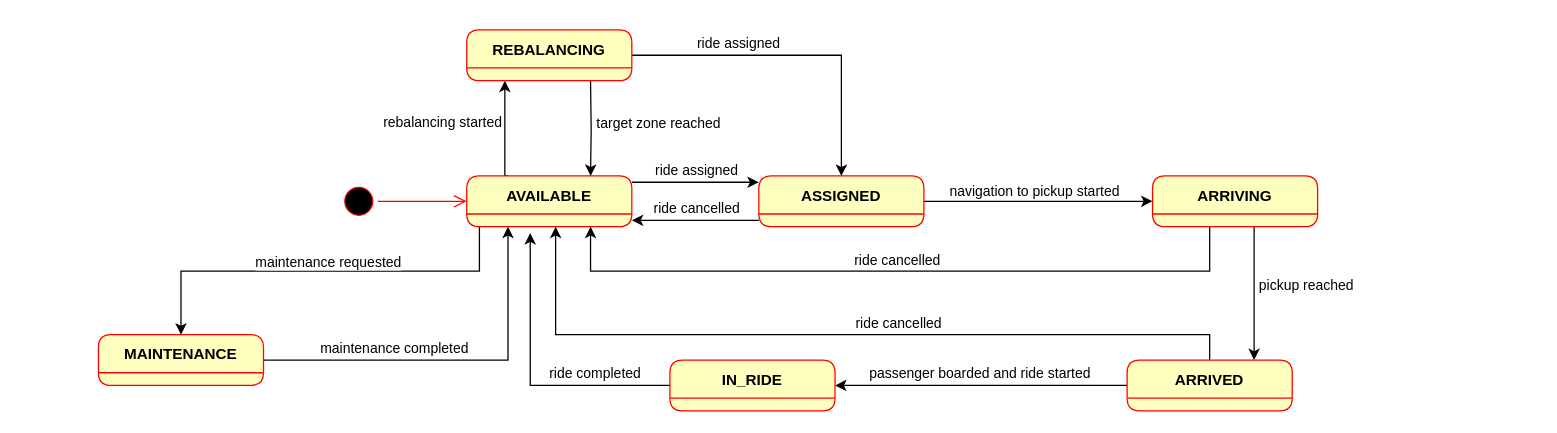
Before: RASD/diagrams/finite_state_machines/robotaxi_state.drawio in meggie-0/SE4A_ROAd_MargheritaBertipaglia_DavidCazzaniga_PasqualeIgnarra_Project, a draw.io diagram. Source tidied: cells renumbered, new cells numbered last; positions are measured from the earlier drawing's top-left corner, leaving out a move shared by most shapes. Both pictures are drawn from the tidied source at 127%, with x=0, y=0 at pixel (98, 29).
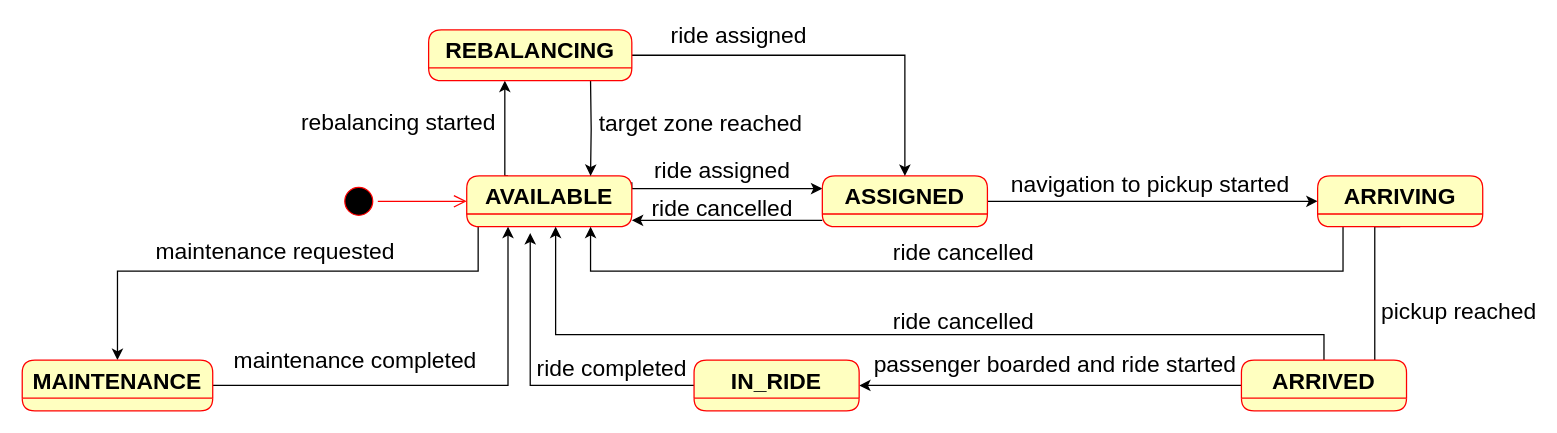
The same page after the edit.

Unchanged cells that the change refers to:
```xml
<mxCell id="4" style="edgeStyle=orthogonalEdgeStyle;rounded=0;jettySize=auto;html=1;exitX=0.25;exitY=0;exitDx=0;exitDy=0;" parent="1" edge="1" source="11">
  <mxGeometry relative="1" as="geometry">
    <mxPoint x="320" y="40" as="targetPoint" />
    <Array as="points">
      <mxPoint x="320" y="115" />
      <mxPoint x="320" y="40" />
    </Array>
  </mxGeometry>
</mxCell>
<mxCell id="12" style="edgeStyle=orthogonalEdgeStyle;rounded=0;jettySize=auto;html=1;entryX=0;entryY=0.5;entryDx=0;entryDy=0;" parent="1" edge="1" source="14" target="24">
  <mxGeometry relative="1" as="geometry" />
</mxCell>
<mxCell id="15" style="edgeStyle=orthogonalEdgeStyle;rounded=0;jettySize=auto;html=1;entryX=0.75;entryY=0;entryDx=0;entryDy=0;" parent="1" edge="1" target="11">
  <mxGeometry relative="1" as="geometry">
    <mxPoint x="387.5" y="40" as="sourcePoint" />
  </mxGeometry>
</mxCell>
<mxCell id="25" style="edgeStyle=orthogonalEdgeStyle;rounded=0;jettySize=auto;html=1;entryX=1;entryY=0.5;entryDx=0;entryDy=0;" parent="1" edge="1" source="28" target="31">
  <mxGeometry relative="1" as="geometry" />
</mxCell>
<mxCell id="29" style="edgeStyle=orthogonalEdgeStyle;rounded=0;jettySize=auto;html=1;" parent="1" edge="1" source="31">
  <mxGeometry relative="1" as="geometry">
    <mxPoint x="340" y="160" as="targetPoint" />
    <Array as="points">
      <mxPoint x="340" y="280" />
    </Array>
  </mxGeometry>
</mxCell>
<mxCell id="32" style="edgeStyle=orthogonalEdgeStyle;rounded=0;jettySize=auto;html=1;entryX=0.25;entryY=1;entryDx=0;entryDy=0;" parent="1" edge="1" source="34" target="11">
  <mxGeometry relative="1" as="geometry" />
</mxCell>
```

The edit, as a diff of the source:
```diff
@@
-    <mxCell id="2" style="ellipse;html=1;shape=startState;fillColor=#000000;strokeColor=#ff0000;" parent="1" vertex="1">
+    <mxCell id="2" style="ellipse;html=1;shape=startState;fillColor=#000000;strokeColor=#ff0000;fontSize=18;" parent="1" vertex="1">
       <mxGeometry x="190" y="120" width="30" height="30" as="geometry" />
     </mxCell>
@@
-    <mxCell id="5" value="rebalancing started" style="edgeLabel;html=1;align=center;verticalAlign=middle;" parent="4" vertex="1">
+    <mxCell id="5" value="rebalancing started" style="edgeLabel;html=1;align=center;verticalAlign=middle;fontSize=18;" parent="4" vertex="1">
       <mxGeometry x="0.15" relative="1" as="geometry">
-        <mxPoint x="-50" as="offset" />
+        <mxPoint x="-85" as="offset" />
       </mxGeometry>
     </mxCell>
-    <mxCell id="6" style="edgeStyle=orthogonalEdgeStyle;rounded=0;orthogonalLoop=1;jettySize=auto;html=1;entryX=0;entryY=0.5;entryDx=0;entryDy=0;" parent="1" edge="1">
+    <mxCell id="6" style="edgeStyle=orthogonalEdgeStyle;rounded=0;jettySize=auto;html=1;entryX=0;entryY=0.25;entryDx=0;entryDy=0;" parent="1" edge="1" target="14">
       <mxGeometry relative="1" as="geometry">
         <mxPoint x="420" y="120" as="sourcePoint" />
-        <mxPoint x="520" y="120" as="targetPoint" />
+        <Array as="points">
+          <mxPoint x="420" y="125" />
+        </Array>
       </mxGeometry>
     </mxCell>
-    <mxCell id="7" value="ride assigned" style="edgeLabel;html=1;align=center;verticalAlign=middle;" parent="6" vertex="1">
+    <mxCell id="7" value="ride assigned" style="edgeLabel;html=1;align=center;verticalAlign=middle;fontSize=18;" parent="6" vertex="1">
       <mxGeometry x="-0.32" y="2" relative="1" as="geometry">
-        <mxPoint x="16" y="-8" as="offset" />
+        <mxPoint x="22" y="-13" as="offset" />
       </mxGeometry>
     </mxCell>
-    <mxCell id="8" value="ride cancelled" style="edgeLabel;html=1;align=center;verticalAlign=middle;" parent="6" vertex="1">
+    <mxCell id="8" value="ride cancelled" style="edgeLabel;html=1;align=center;verticalAlign=middle;fontSize=18;" parent="6" vertex="1">
       <mxGeometry x="-0.32" y="2" relative="1" as="geometry">
-        <mxPoint x="16" y="22" as="offset" />
+        <mxPoint x="22" y="17" as="offset" />
       </mxGeometry>
     </mxCell>
-    <mxCell id="9" style="edgeStyle=orthogonalEdgeStyle;rounded=0;jettySize=auto;html=1;entryX=0.5;entryY=0;entryDx=0;entryDy=0;" parent="1" edge="1" target="34">
+    <mxCell id="9" style="rounded=0;jettySize=auto;html=1;entryX=0.5;entryY=0;entryDx=0;entryDy=0;edgeStyle=orthogonalEdgeStyle;" parent="1" edge="1" target="34">
       <mxGeometry relative="1" as="geometry">
-        <mxPoint x="300" y="155" as="sourcePoint" />
+        <mxPoint x="299" y="155" as="sourcePoint" />
         <Array as="points">
-          <mxPoint x="300" y="190" />
-          <mxPoint x="65" y="190" />
+          <mxPoint x="299" y="190" />
+          <mxPoint x="15" y="190" />
         </Array>
       </mxGeometry>
     </mxCell>
-    <mxCell id="10" value="maintenance requested" style="edgeLabel;html=1;align=center;verticalAlign=middle;" parent="9" vertex="1">
+    <mxCell id="10" value="maintenance requested" style="edgeLabel;html=1;align=center;verticalAlign=middle;fontSize=18;" parent="9" vertex="1">
       <mxGeometry x="0.18" y="-2" relative="1" as="geometry">
-        <mxPoint x="34" y="-6" as="offset" />
+        <mxPoint x="34" y="-14" as="offset" />
       </mxGeometry>
     </mxCell>
-    <mxCell id="11" value="AVAILABLE" style="swimlane;fontStyle=1;align=center;verticalAlign=middle;horizontal=1;startSize=30;fontColor=#000000;rounded=1;arcSize=30;strokeColor=#ff0000;fillColor=#ffffc0;swimlaneFillColor=#ffffc0;" parent="1" vertex="1">
+    <mxCell id="11" value="AVAILABLE" style="swimlane;fontStyle=1;align=center;verticalAlign=middle;horizontal=1;startSize=30;fontColor=#000000;rounded=1;arcSize=30;strokeColor=#ff0000;fillColor=#ffffc0;swimlaneFillColor=#ffffc0;fontSize=18;" parent="1" vertex="1">
       <mxGeometry x="290" y="115" width="130" height="40" as="geometry" />
     </mxCell>
@@
-    <mxCell id="13" value="navigation to pickup started" style="edgeLabel;html=1;align=center;verticalAlign=middle;" parent="12" vertex="1">
+    <mxCell id="13" value="navigation to pickup started" style="edgeLabel;html=1;align=center;verticalAlign=middle;fontSize=18;" parent="12" vertex="1">
       <mxGeometry x="-0.24" relative="1" as="geometry">
-        <mxPoint x="18" y="-9" as="offset" />
+        <mxPoint x="28" y="-14" as="offset" />
       </mxGeometry>
     </mxCell>
+    <mxCell id="37" style="edgeStyle=orthogonalEdgeStyle;rounded=0;orthogonalLoop=1;jettySize=auto;html=1;" parent="1" edge="1">
+      <mxGeometry relative="1" as="geometry">
+        <mxPoint x="570" y="150" as="sourcePoint" />
+        <mxPoint x="420" y="150" as="targetPoint" />
+      </mxGeometry>
+    </mxCell>
-    <mxCell id="14" value="ASSIGNED" style="swimlane;fontStyle=1;align=center;verticalAlign=middle;horizontal=1;startSize=30;fontColor=#000000;rounded=1;arcSize=30;strokeColor=#ff0000;fillColor=#ffffc0;swimlaneFillColor=#ffffc0;" parent="1" vertex="1">
-      <mxGeometry x="520" y="115" width="130" height="40" as="geometry" />
+    <mxCell id="14" value="ASSIGNED" style="swimlane;fontStyle=1;align=center;verticalAlign=middle;horizontal=1;startSize=30;fontColor=#000000;rounded=1;arcSize=30;strokeColor=#ff0000;fillColor=#ffffc0;swimlaneFillColor=#ffffc0;fontSize=18;" parent="1" vertex="1">
+      <mxGeometry x="570" y="115" width="130" height="40" as="geometry" />
     </mxCell>
@@
-    <mxCell id="16" value="target zone reached" style="edgeLabel;html=1;align=center;verticalAlign=middle;" parent="15" vertex="1">
+    <mxCell id="16" value="target zone reached" style="edgeLabel;html=1;align=center;verticalAlign=middle;fontSize=18;" parent="15" vertex="1">
       <mxGeometry x="-0.11" relative="1" as="geometry">
-        <mxPoint x="53" as="offset" />
+        <mxPoint x="86" as="offset" />
       </mxGeometry>
     </mxCell>
@@
-    <mxCell id="18" value="REBALANCING" style="swimlane;fontStyle=1;align=center;verticalAlign=middle;horizontal=1;startSize=30;fontColor=#000000;rounded=1;arcSize=30;strokeColor=#ff0000;fillColor=#ffffc0;swimlaneFillColor=#ffffc0;" parent="1" vertex="1">
-      <mxGeometry x="290" width="130" height="40" as="geometry" />
+    <mxCell id="18" value="REBALANCING" style="swimlane;fontStyle=1;align=center;verticalAlign=middle;horizontal=1;startSize=30;fontColor=#000000;rounded=1;arcSize=30;strokeColor=#ff0000;fillColor=#ffffc0;swimlaneFillColor=#ffffc0;fontSize=18;" parent="1" vertex="1">
+      <mxGeometry x="260" width="160" height="40" as="geometry" />
     </mxCell>
     <mxCell id="19" style="edgeStyle=orthogonalEdgeStyle;rounded=0;jettySize=auto;html=1;entryX=0.75;entryY=1;entryDx=0;entryDy=0;" parent="1" edge="1" source="24" target="11">
       <mxGeometry relative="1" as="geometry">
         <Array as="points">
-          <mxPoint x="875" y="190" />
+          <mxPoint x="980" y="190" />
           <mxPoint x="387.5" y="190" />
         </Array>
       </mxGeometry>
     </mxCell>
-    <mxCell id="20" value="ride cancelled" style="edgeLabel;html=1;align=center;verticalAlign=middle;" parent="19" vertex="1">
+    <mxCell id="20" value="ride cancelled" style="edgeLabel;html=1;align=center;verticalAlign=middle;fontSize=18;" parent="19" vertex="1">
       <mxGeometry x="0.01" relative="1" as="geometry">
-        <mxPoint y="-9" as="offset" />
+        <mxPoint y="-15" as="offset" />
       </mxGeometry>
     </mxCell>
-    <mxCell id="21" value="ride cancelled" style="edgeLabel;html=1;align=center;verticalAlign=middle;" parent="19" vertex="1">
+    <mxCell id="21" value="ride cancelled" style="edgeLabel;html=1;align=center;verticalAlign=middle;fontSize=18;" parent="19" vertex="1">
       <mxGeometry x="0.01" relative="1" as="geometry">
-        <mxPoint x="1" y="40" as="offset" />
+        <mxPoint y="39" as="offset" />
       </mxGeometry>
     </mxCell>
-    <mxCell id="22" style="edgeStyle=orthogonalEdgeStyle;rounded=0;orthogonalLoop=1;jettySize=auto;html=1;" parent="1" edge="1">
+    <mxCell id="22" style="edgeStyle=orthogonalEdgeStyle;rounded=0;jettySize=auto;html=1;exitX=0.5;exitY=1;exitDx=0;exitDy=0;entryX=1;entryY=0.5;entryDx=0;entryDy=0;" parent="1" edge="1" source="24" target="28">
       <mxGeometry relative="1" as="geometry">
-        <mxPoint x="910" y="155" as="sourcePoint" />
-        <mxPoint x="910" y="260" as="targetPoint" />
+        <Array as="points">
+          <mxPoint x="1005" y="280" />
+        </Array>
       </mxGeometry>
     </mxCell>
-    <mxCell id="23" value="pickup reached" style="edgeLabel;html=1;align=center;verticalAlign=middle;" parent="22" vertex="1">
+    <mxCell id="23" value="pickup reached" style="edgeLabel;html=1;align=center;verticalAlign=middle;fontSize=18;" parent="22" vertex="1">
       <mxGeometry x="-0.07" y="1" relative="1" as="geometry">
-        <mxPoint x="39" y="-4" as="offset" />
+        <mxPoint x="64" y="7" as="offset" />
       </mxGeometry>
     </mxCell>
-    <mxCell id="24" value="ARRIVING" style="swimlane;fontStyle=1;align=center;verticalAlign=middle;horizontal=1;startSize=30;fontColor=#000000;rounded=1;arcSize=30;strokeColor=#ff0000;fillColor=#ffffc0;swimlaneFillColor=#ffffc0;" parent="1" vertex="1">
-      <mxGeometry x="830" y="115" width="130" height="40" as="geometry" />
+    <mxCell id="24" value="ARRIVING" style="swimlane;fontStyle=1;align=center;verticalAlign=middle;horizontal=1;startSize=30;fontColor=#000000;rounded=1;arcSize=30;strokeColor=#ff0000;fillColor=#ffffc0;swimlaneFillColor=#ffffc0;fontSize=18;" parent="1" vertex="1">
+      <mxGeometry x="960" y="115" width="130" height="40" as="geometry" />
     </mxCell>
@@
-    <mxCell id="26" value="passenger boarded and ride started" style="edgeLabel;html=1;align=center;verticalAlign=middle;" parent="25" vertex="1">
+    <mxCell id="26" value="passenger boarded and ride started" style="edgeLabel;html=1;align=center;verticalAlign=middle;fontSize=18;" parent="25" vertex="1">
       <mxGeometry x="-0.1" y="-2" relative="1" as="geometry">
-        <mxPoint x="-13" y="-8" as="offset" />
+        <mxPoint x="-13" y="-15" as="offset" />
       </mxGeometry>
     </mxCell>
     <mxCell id="27" style="edgeStyle=orthogonalEdgeStyle;rounded=0;jettySize=auto;html=1;exitX=0.5;exitY=0;exitDx=0;exitDy=0;" parent="1" edge="1" source="28">
       <mxGeometry relative="1" as="geometry">
         <mxPoint x="360" y="155" as="targetPoint" />
         <Array as="points">
-          <mxPoint x="875" y="240" />
+          <mxPoint x="965" y="240" />
           <mxPoint x="360" y="240" />
         </Array>
       </mxGeometry>
     </mxCell>
-    <mxCell id="28" value="ARRIVED" style="swimlane;fontStyle=1;align=center;verticalAlign=middle;horizontal=1;startSize=30;fontColor=#000000;rounded=1;arcSize=30;strokeColor=#ff0000;fillColor=#ffffc0;swimlaneFillColor=#ffffc0;" parent="1" vertex="1">
-      <mxGeometry x="810" y="260" width="130" height="40" as="geometry" />
+    <mxCell id="28" value="ARRIVED" style="swimlane;fontStyle=1;align=center;verticalAlign=middle;horizontal=1;startSize=30;fontColor=#000000;rounded=1;arcSize=30;strokeColor=#ff0000;fillColor=#ffffc0;swimlaneFillColor=#ffffc0;fontSize=18;" parent="1" vertex="1">
+      <mxGeometry x="900" y="260" width="130" height="40" as="geometry" />
     </mxCell>
@@
-    <mxCell id="30" value="ride completed" style="edgeLabel;html=1;align=center;verticalAlign=middle;" parent="29" vertex="1">
+    <mxCell id="30" value="ride completed" style="edgeLabel;html=1;align=center;verticalAlign=middle;fontSize=18;" parent="29" vertex="1">
       <mxGeometry x="-0.49" relative="1" as="geometry">
-        <mxPoint x="-1" y="-10" as="offset" />
+        <mxPoint x="-3" y="-14" as="offset" />
       </mxGeometry>
     </mxCell>
-    <mxCell id="31" value="IN_RIDE" style="swimlane;fontStyle=1;align=center;verticalAlign=middle;horizontal=1;startSize=30;fontColor=#000000;rounded=1;arcSize=30;strokeColor=#ff0000;fillColor=#ffffc0;swimlaneFillColor=#ffffc0;" parent="1" vertex="1">
-      <mxGeometry x="450" y="260" width="130" height="40" as="geometry" />
+    <mxCell id="31" value="IN_RIDE" style="swimlane;fontStyle=1;align=center;verticalAlign=middle;horizontal=1;startSize=30;fontColor=#000000;rounded=1;arcSize=30;strokeColor=#ff0000;fillColor=#ffffc0;swimlaneFillColor=#ffffc0;fontSize=18;" parent="1" vertex="1">
+      <mxGeometry x="469" y="260" width="130" height="40" as="geometry" />
     </mxCell>
@@
-    <mxCell id="33" value="maintenance completed" style="edgeLabel;html=1;align=center;verticalAlign=middle;" parent="32" vertex="1">
+    <mxCell id="33" value="maintenance completed" style="edgeLabel;html=1;align=center;verticalAlign=middle;fontSize=18;" parent="32" vertex="1">
       <mxGeometry x="-0.56" y="1" relative="1" as="geometry">
-        <mxPoint x="37" y="-9" as="offset" />
+        <mxPoint x="32" y="-19" as="offset" />
       </mxGeometry>
     </mxCell>
-    <mxCell id="34" value="MAINTENANCE" style="swimlane;fontStyle=1;align=center;verticalAlign=middle;horizontal=1;startSize=30;fontColor=#000000;rounded=1;arcSize=30;strokeColor=#ff0000;fillColor=#ffffc0;swimlaneFillColor=#ffffc0;" parent="1" vertex="1">
-      <mxGeometry y="240" width="130" height="40" as="geometry" />
+    <mxCell id="34" value="MAINTENANCE" style="swimlane;fontStyle=1;align=center;verticalAlign=middle;horizontal=1;startSize=30;fontColor=#000000;rounded=1;arcSize=30;strokeColor=#ff0000;fillColor=#ffffc0;swimlaneFillColor=#ffffc0;fontSize=18;" parent="1" vertex="1">
+      <mxGeometry x="-60" y="260" width="150" height="40" as="geometry" />
     </mxCell>
-    <mxCell id="35" value="ride assigned" style="edgeLabel;html=1;align=center;verticalAlign=middle;" parent="1" vertex="1">
-      <mxGeometry x="420" y="10" as="geometry">
+    <mxCell id="35" value="ride assigned" style="edgeLabel;html=1;align=center;verticalAlign=middle;fontSize=18;" parent="1" vertex="1">
+      <mxGeometry x="420" y="4" as="geometry">
         <mxPoint x="83" as="offset" />
       </mxGeometry>
     </mxCell>
-    <mxCell id="36" style="edgeStyle=orthogonalEdgeStyle;rounded=0;orthogonalLoop=1;jettySize=auto;html=1;entryX=0;entryY=0.5;entryDx=0;entryDy=0;" parent="1" edge="1">
-      <mxGeometry relative="1" as="geometry">
-        <mxPoint x="520" y="150" as="sourcePoint" />
-        <mxPoint x="420" y="150" as="targetPoint" />
-      </mxGeometry>
-    </mxCell>
```
